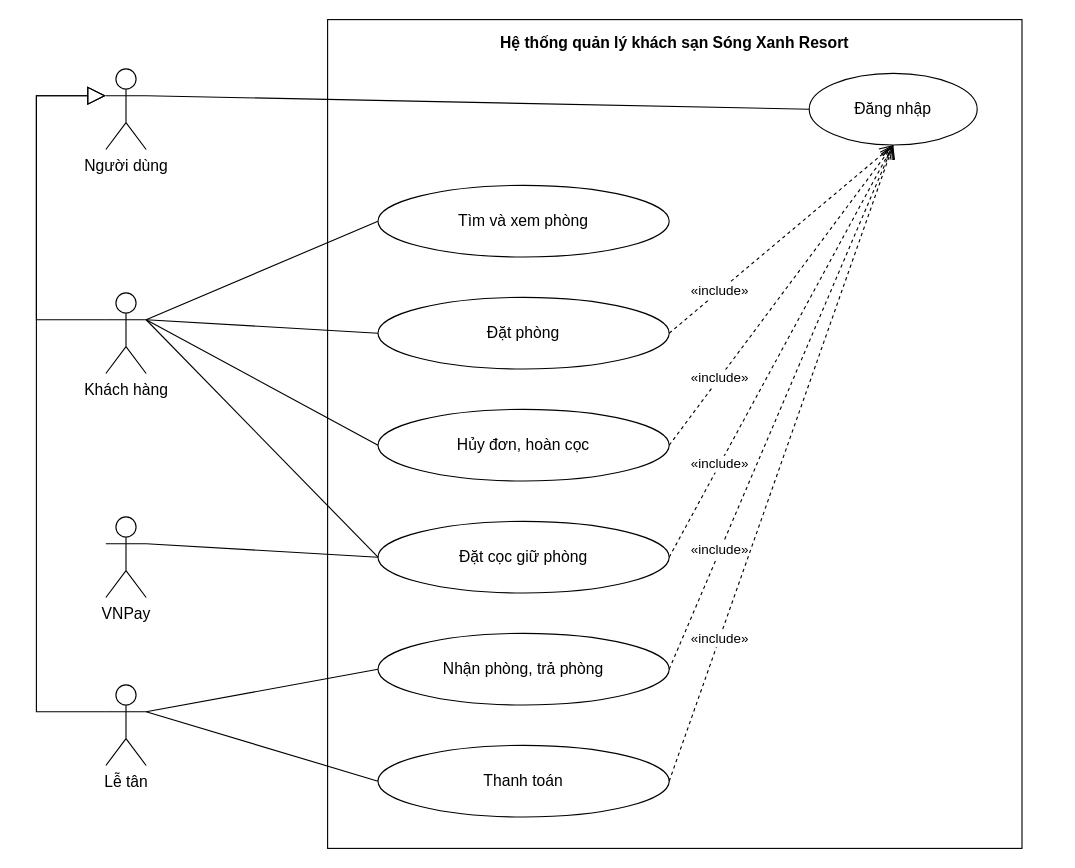
Earlier version of the draw.io diagram docs/use-case/ucn1-dat-phong-luu-tru.drawio (ngynquchn2511/beach-hotel). Source tidied: cells renumbered, new cells numbered last; positions are measured from the earlier drawing's top-left corner, leaving out a move shared by most shapes. Both pictures are drawn from the tidied source at 112%, with x=0, y=0 at pixel (36, 19).
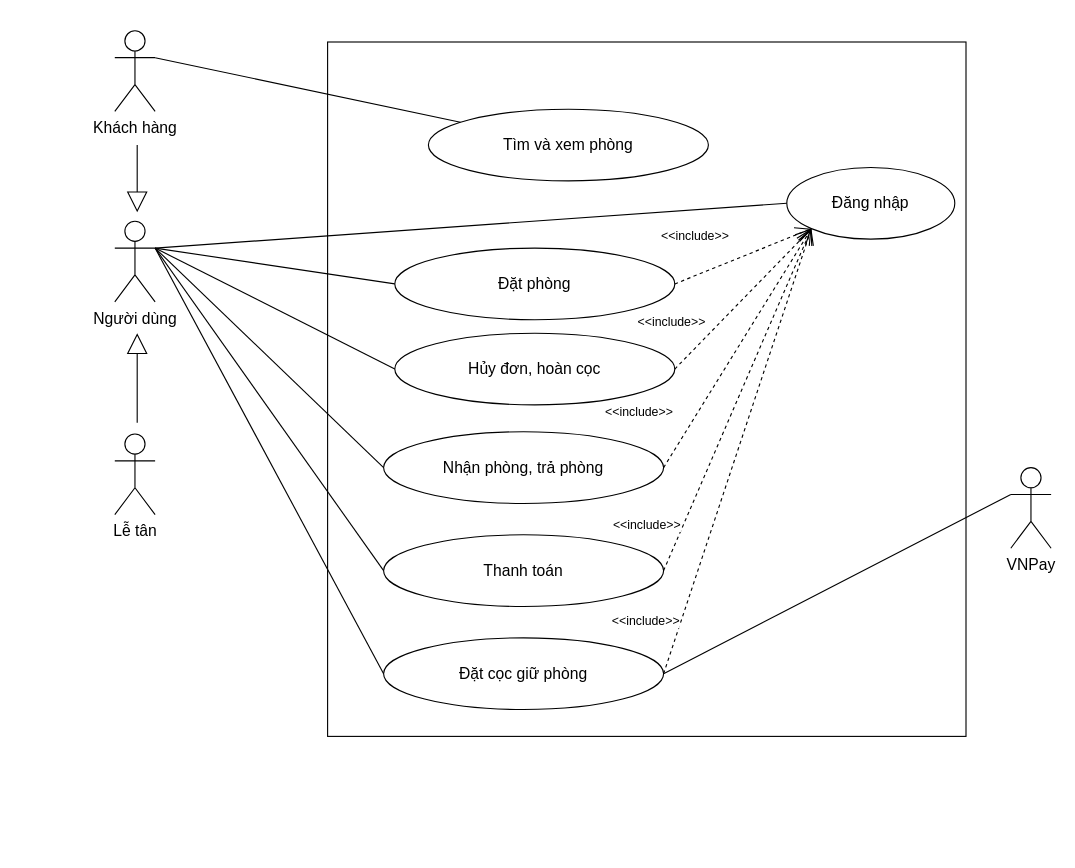
The same diagram, later.

Diff of the diagram source:
```diff
@@
-    <mxCell id="2" value="Hệ thống quản lý khách sạn Sóng Xanh Resort" style="fontFamily=Arial;fontColor=#000000;rounded=0;whiteSpace=wrap;html=1;verticalAlign=top;fontStyle=1;fontSize=14;fillColor=none;strokeColor=#000000;spacingTop=6;" parent="1" vertex="1">
-      <mxGeometry x="260" width="620" height="740" as="geometry" />
+    <mxCell id="2" style="fontFamily=Arial;fontColor=#000000;rounded=0;whiteSpace=wrap;html=1;verticalAlign=top;fontStyle=1;fontSize=14;fillColor=none;strokeColor=#000000;spacingTop=6;" parent="1" vertex="1">
+      <mxGeometry x="260" y="20" width="570" height="620" as="geometry" />
     </mxCell>
     <mxCell id="3" value="Tìm và xem phòng" style="fontFamily=Arial;fontColor=#000000;ellipse;whiteSpace=wrap;html=1;fillColor=#FFFFFF;strokeColor=#000000;fontSize=14;" parent="1" vertex="1">
-      <mxGeometry x="305" y="148" width="260" height="64" as="geometry" />
+      <mxGeometry x="350" y="80" width="250" height="64" as="geometry" />
     </mxCell>
     <mxCell id="4" value="Đặt phòng" style="fontFamily=Arial;fontColor=#000000;ellipse;whiteSpace=wrap;html=1;fillColor=#FFFFFF;strokeColor=#000000;fontSize=14;" parent="1" vertex="1">
-      <mxGeometry x="305" y="248" width="260" height="64" as="geometry" />
+      <mxGeometry x="320" y="204" width="250" height="64" as="geometry" />
     </mxCell>
     <mxCell id="5" value="Hủy đơn, hoàn cọc" style="fontFamily=Arial;fontColor=#000000;ellipse;whiteSpace=wrap;html=1;fillColor=#FFFFFF;strokeColor=#000000;fontSize=14;" parent="1" vertex="1">
-      <mxGeometry x="305" y="348" width="260" height="64" as="geometry" />
+      <mxGeometry x="320" y="280" width="250" height="64" as="geometry" />
     </mxCell>
-    <mxCell id="6" value="Đặt cọc giữ phòng" style="fontFamily=Arial;fontColor=#000000;ellipse;whiteSpace=wrap;html=1;fillColor=#FFFFFF;strokeColor=#000000;fontSize=14;" parent="1" vertex="1">
-      <mxGeometry x="305" y="448" width="260" height="64" as="geometry" />
+    <mxCell id="6" value="Nhận phòng, trả phòng" style="fontFamily=Arial;fontColor=#000000;ellipse;whiteSpace=wrap;html=1;fillColor=#FFFFFF;strokeColor=#000000;fontSize=14;" parent="1" vertex="1">
+      <mxGeometry x="310" y="368" width="250" height="64" as="geometry" />
     </mxCell>
-    <mxCell id="7" value="Nhận phòng, trả phòng" style="fontFamily=Arial;fontColor=#000000;ellipse;whiteSpace=wrap;html=1;fillColor=#FFFFFF;strokeColor=#000000;fontSize=14;" parent="1" vertex="1">
-      <mxGeometry x="305" y="548" width="260" height="64" as="geometry" />
+    <mxCell id="7" value="Đặt cọc giữ phòng" style="fontFamily=Arial;fontColor=#000000;ellipse;whiteSpace=wrap;html=1;fillColor=#FFFFFF;strokeColor=#000000;fontSize=14;" parent="1" vertex="1">
+      <mxGeometry x="310" y="552" width="250" height="64" as="geometry" />
     </mxCell>
-    <mxCell id="8" value="Thanh toán" style="fontFamily=Arial;fontColor=#000000;ellipse;whiteSpace=wrap;html=1;fillColor=#FFFFFF;strokeColor=#000000;fontSize=14;" parent="1" vertex="1">
-      <mxGeometry x="305" y="648" width="260" height="64" as="geometry" />
+    <mxCell id="8" value="Đăng nhập" style="fontFamily=Arial;fontColor=#000000;ellipse;whiteSpace=wrap;html=1;fillColor=#FFFFFF;strokeColor=#000000;fontSize=14;" parent="1" vertex="1">
+      <mxGeometry x="670" y="132" width="150" height="64" as="geometry" />
     </mxCell>
-    <mxCell id="9" value="Đăng nhập" style="fontFamily=Arial;fontColor=#000000;ellipse;whiteSpace=wrap;html=1;fillColor=#FFFFFF;strokeColor=#000000;fontSize=14;" parent="1" vertex="1">
-      <mxGeometry x="690" y="48" width="150" height="64" as="geometry" />
-    </mxCell>
+    <mxCell id="14" value="Khách hàng" style="fontFamily=Arial;fontColor=#000000;shape=umlActor;verticalLabelPosition=bottom;verticalAlign=top;html=1;outlineConnect=0;fillColor=#FFFFFF;strokeColor=#000000;fontSize=14;" parent="1" vertex="1">
+      <mxGeometry x="70" y="10" width="36" height="72" as="geometry" />
+    </mxCell>
     <mxCell id="10" value="Người dùng" style="fontFamily=Arial;fontColor=#000000;shape=umlActor;verticalLabelPosition=bottom;verticalAlign=top;html=1;outlineConnect=0;fillColor=#FFFFFF;strokeColor=#000000;fontSize=14;" parent="1" vertex="1">
-      <mxGeometry x="62" y="44" width="36" height="72" as="geometry" />
+      <mxGeometry x="70" y="180" width="36" height="72" as="geometry" />
     </mxCell>
-    <mxCell id="11" style="fontFamily=Arial;fontColor=#000000;endArrow=none;html=1;strokeColor=#000000;rounded=0;exitX=1;exitY=0.333;exitDx=0;exitDy=0;exitPerimeter=0;entryX=0;entryY=0.5;entryDx=0;entryDy=0;entryPerimeter=0;" parent="1" edge="1" source="10" target="9">
-      <mxGeometry relative="1" as="geometry" />
-    </mxCell>
-    <mxCell id="12" value="Khách hàng" style="fontFamily=Arial;fontColor=#000000;shape=umlActor;verticalLabelPosition=bottom;verticalAlign=top;html=1;outlineConnect=0;fillColor=#FFFFFF;strokeColor=#000000;fontSize=14;" parent="1" vertex="1">
-      <mxGeometry x="62" y="244" width="36" height="72" as="geometry" />
-    </mxCell>
+    <mxCell id="29" value="Lễ tân" style="fontFamily=Arial;fontColor=#000000;shape=umlActor;verticalLabelPosition=bottom;verticalAlign=top;html=1;fillColor=#FFFFFF;strokeColor=#000000;fontSize=14;" parent="1" vertex="1">
+      <mxGeometry x="70" y="370" width="36" height="72" as="geometry" />
+    </mxCell>
     <mxCell id="13" value="VNPay" style="fontFamily=Arial;fontColor=#000000;shape=umlActor;verticalLabelPosition=bottom;verticalAlign=top;html=1;outlineConnect=0;fillColor=#FFFFFF;strokeColor=#000000;fontSize=14;" parent="1" vertex="1">
-      <mxGeometry x="62" y="444" width="36" height="72" as="geometry" />
+      <mxGeometry x="870" y="400" width="36" height="72" as="geometry" />
     </mxCell>
-    <mxCell id="14" value="Lễ tân" style="fontFamily=Arial;fontColor=#000000;shape=umlActor;verticalLabelPosition=bottom;verticalAlign=top;html=1;outlineConnect=0;fillColor=#FFFFFF;strokeColor=#000000;fontSize=14;" parent="1" vertex="1">
-      <mxGeometry x="62" y="594" width="36" height="72" as="geometry" />
-    </mxCell>
-    <mxCell id="15" style="fontFamily=Arial;fontColor=#000000;endArrow=none;html=1;strokeColor=#000000;rounded=0;exitX=1;exitY=0.333;exitDx=0;exitDy=0;exitPerimeter=0;entryX=0;entryY=0.5;entryDx=0;entryDy=0;entryPerimeter=0;" parent="1" edge="1" source="12" target="3">
-      <mxGeometry relative="1" as="geometry" />
-    </mxCell>
-    <mxCell id="16" style="fontFamily=Arial;fontColor=#000000;endArrow=none;html=1;strokeColor=#000000;rounded=0;exitX=1;exitY=0.333;exitDx=0;exitDy=0;exitPerimeter=0;entryX=0;entryY=0.5;entryDx=0;entryDy=0;entryPerimeter=0;" parent="1" edge="1" source="12" target="4">
-      <mxGeometry relative="1" as="geometry" />
-    </mxCell>
-    <mxCell id="17" style="fontFamily=Arial;fontColor=#000000;endArrow=none;html=1;strokeColor=#000000;rounded=0;exitX=1;exitY=0.333;exitDx=0;exitDy=0;exitPerimeter=0;entryX=0;entryY=0.5;entryDx=0;entryDy=0;entryPerimeter=0;" parent="1" edge="1" source="12" target="5">
-      <mxGeometry relative="1" as="geometry" />
-    </mxCell>
-    <mxCell id="18" style="fontFamily=Arial;fontColor=#000000;endArrow=none;html=1;strokeColor=#000000;rounded=0;exitX=1;exitY=0.333;exitDx=0;exitDy=0;exitPerimeter=0;entryX=0;entryY=0.5;entryDx=0;entryDy=0;entryPerimeter=0;" parent="1" edge="1" source="12" target="6">
+    <mxCell id="18" style="fontFamily=Arial;fontColor=#000000;endArrow=none;html=1;strokeColor=#000000;rounded=0;exitX=1;exitY=0.3333333333333333;exitDx=0;exitDy=0;exitPerimeter=0;" parent="1" edge="1" source="14" target="3">
       <mxGeometry relative="1" as="geometry" />
     </mxCell>
-    <mxCell id="19" style="fontFamily=Arial;fontColor=#000000;endArrow=none;html=1;strokeColor=#000000;rounded=0;exitX=1;exitY=0.333;exitDx=0;exitDy=0;exitPerimeter=0;entryX=0;entryY=0.5;entryDx=0;entryDy=0;entryPerimeter=0;" parent="1" edge="1" source="13" target="6">
+    <mxCell id="19" style="fontFamily=Arial;fontColor=#000000;endArrow=none;html=1;strokeColor=#000000;rounded=0;entryX=0;entryY=0.5;entryDx=0;entryDy=0;exitX=1;exitY=0.3333333333333333;exitDx=0;exitDy=0;exitPerimeter=0;" parent="1" edge="1" source="10" target="4">
       <mxGeometry relative="1" as="geometry" />
     </mxCell>
-    <mxCell id="20" style="fontFamily=Arial;fontColor=#000000;endArrow=none;html=1;strokeColor=#000000;rounded=0;exitX=1;exitY=0.333;exitDx=0;exitDy=0;exitPerimeter=0;entryX=0;entryY=0.5;entryDx=0;entryDy=0;entryPerimeter=0;" parent="1" edge="1" source="14" target="7">
+    <mxCell id="20" style="fontFamily=Arial;fontColor=#000000;endArrow=none;html=1;strokeColor=#000000;rounded=0;entryX=0;entryY=0.5;entryDx=0;entryDy=0;exitX=1;exitY=0.3333333333333333;exitDx=0;exitDy=0;exitPerimeter=0;" parent="1" edge="1" source="10" target="7">
       <mxGeometry relative="1" as="geometry" />
     </mxCell>
-    <mxCell id="21" style="fontFamily=Arial;fontColor=#000000;endArrow=none;html=1;strokeColor=#000000;rounded=0;exitX=1;exitY=0.333;exitDx=0;exitDy=0;exitPerimeter=0;entryX=0;entryY=0.5;entryDx=0;entryDy=0;entryPerimeter=0;" parent="1" edge="1" source="14" target="8">
+    <mxCell id="21" style="fontFamily=Arial;fontColor=#000000;endArrow=none;html=1;strokeColor=#000000;rounded=0;exitX=1;exitY=0.3333333333333333;exitDx=0;exitDy=0;exitPerimeter=0;entryX=0;entryY=0.5;entryDx=0;entryDy=0;" parent="1" edge="1" source="10" target="5">
       <mxGeometry relative="1" as="geometry" />
     </mxCell>
-    <mxCell id="22" style="fontFamily=Arial;fontColor=#000000;endArrow=block;endSize=14;endFill=0;html=1;strokeColor=#000000;rounded=0;exitX=0;exitY=0.333;exitDx=0;exitDy=0;exitPerimeter=0;entryX=0;entryY=0.333;entryDx=0;entryDy=0;entryPerimeter=0;" parent="1" edge="1" source="12" target="10">
-      <mxGeometry relative="1" as="geometry">
-        <Array as="points">
-          <mxPoint y="268" />
-          <mxPoint y="68" />
-        </Array>
-      </mxGeometry>
+    <mxCell id="22" style="fontFamily=Arial;fontColor=#000000;endArrow=none;html=1;strokeColor=#000000;rounded=0;exitX=0;exitY=0.3333333333333333;exitDx=0;exitDy=0;exitPerimeter=0;entryX=1;entryY=0.5;entryDx=0;entryDy=0;" parent="1" edge="1" source="13" target="7">
+      <mxGeometry relative="1" as="geometry" />
     </mxCell>
-    <mxCell id="23" style="fontFamily=Arial;fontColor=#000000;endArrow=block;endSize=14;endFill=0;html=1;strokeColor=#000000;rounded=0;exitX=0;exitY=0.333;exitDx=0;exitDy=0;exitPerimeter=0;entryX=0;entryY=0.333;entryDx=0;entryDy=0;entryPerimeter=0;" parent="1" edge="1" source="14" target="10">
-      <mxGeometry relative="1" as="geometry">
-        <Array as="points">
-          <mxPoint y="618" />
-          <mxPoint y="68" />
-        </Array>
-      </mxGeometry>
-    </mxCell>
-    <mxCell id="24" value="«include»" style="fontFamily=Arial;fontColor=#000000;endArrow=open;endSize=10;dashed=1;html=1;strokeColor=#000000;rounded=0;fontSize=12;labelBackgroundColor=#FFFFFF;exitX=1;exitY=0.5;exitDx=0;exitDy=0;exitPerimeter=0;entryX=0.5;entryY=1;entryDx=0;entryDy=0;entryPerimeter=0;" parent="1" edge="1" source="4" target="9">
-      <mxGeometry x="-0.55" relative="1" as="geometry" />
-    </mxCell>
-    <mxCell id="25" value="«include»" style="fontFamily=Arial;fontColor=#000000;endArrow=open;endSize=10;dashed=1;html=1;strokeColor=#000000;rounded=0;fontSize=12;labelBackgroundColor=#FFFFFF;exitX=1;exitY=0.5;exitDx=0;exitDy=0;exitPerimeter=0;entryX=0.5;entryY=1;entryDx=0;entryDy=0;entryPerimeter=0;" parent="1" edge="1" source="5" target="9">
-      <mxGeometry x="-0.55" relative="1" as="geometry" />
-    </mxCell>
-    <mxCell id="26" value="«include»" style="fontFamily=Arial;fontColor=#000000;endArrow=open;endSize=10;dashed=1;html=1;strokeColor=#000000;rounded=0;fontSize=12;labelBackgroundColor=#FFFFFF;exitX=1;exitY=0.5;exitDx=0;exitDy=0;exitPerimeter=0;entryX=0.5;entryY=1;entryDx=0;entryDy=0;entryPerimeter=0;" parent="1" edge="1" source="6" target="9">
-      <mxGeometry x="-0.55" relative="1" as="geometry" />
-    </mxCell>
-    <mxCell id="27" value="«include»" style="fontFamily=Arial;fontColor=#000000;endArrow=open;endSize=10;dashed=1;html=1;strokeColor=#000000;rounded=0;fontSize=12;labelBackgroundColor=#FFFFFF;exitX=1;exitY=0.5;exitDx=0;exitDy=0;exitPerimeter=0;entryX=0.5;entryY=1;entryDx=0;entryDy=0;entryPerimeter=0;" parent="1" edge="1" source="7" target="9">
-      <mxGeometry x="-0.55" relative="1" as="geometry" />
-    </mxCell>
-    <mxCell id="28" value="«include»" style="fontFamily=Arial;fontColor=#000000;endArrow=open;endSize=10;dashed=1;html=1;strokeColor=#000000;rounded=0;fontSize=12;labelBackgroundColor=#FFFFFF;exitX=1;exitY=0.5;exitDx=0;exitDy=0;exitPerimeter=0;entryX=0.5;entryY=1;entryDx=0;entryDy=0;entryPerimeter=0;" parent="1" edge="1" source="8" target="9">
-      <mxGeometry x="-0.55" relative="1" as="geometry" />
-    </mxCell>
+    <mxCell id="30" style="endArrow=block;endSize=16;endFill=0;html=1;rounded=0;" parent="1" edge="1">
+      <mxGeometry relative="1" as="geometry">
+        <mxPoint x="90" y="360" as="sourcePoint" />
+        <mxPoint x="90" y="280" as="targetPoint" />
+      </mxGeometry>
+    </mxCell>
+    <mxCell id="31" style="endArrow=block;endSize=16;endFill=0;html=1;rounded=0;" parent="1" edge="1">
+      <mxGeometry relative="1" as="geometry">
+        <mxPoint x="90" y="112" as="sourcePoint" />
+        <mxPoint x="90" y="172" as="targetPoint" />
+      </mxGeometry>
+    </mxCell>
+    <mxCell id="32" style="fontFamily=Arial;fontColor=#000000;endArrow=none;html=1;strokeColor=#000000;rounded=0;exitX=1;exitY=0.3333333333333333;exitDx=0;exitDy=0;exitPerimeter=0;entryX=0;entryY=0.5;entryDx=0;entryDy=0;" parent="1" edge="1" source="10" target="6">
+      <mxGeometry relative="1" as="geometry" />
+    </mxCell>
+    <mxCell id="33" value="Thanh toán" style="fontFamily=Arial;fontColor=#000000;ellipse;whiteSpace=wrap;html=1;fillColor=#FFFFFF;strokeColor=#000000;fontSize=14;" parent="1" vertex="1">
+      <mxGeometry x="310" y="460" width="250" height="64" as="geometry" />
+    </mxCell>
+    <mxCell id="34" style="fontFamily=Arial;fontColor=#000000;endArrow=none;html=1;strokeColor=#000000;rounded=0;entryX=0;entryY=0.5;entryDx=0;entryDy=0;exitX=1;exitY=0.3333333333333333;exitDx=0;exitDy=0;exitPerimeter=0;" parent="1" edge="1" source="10" target="33">
+      <mxGeometry relative="1" as="geometry" />
+    </mxCell>
+    <mxCell id="35" value="&amp;lt;&amp;lt;include&amp;gt;&amp;gt;" style="endArrow=open;endSize=12;dashed=1;html=1;rounded=0;entryX=0;entryY=1;entryDx=0;entryDy=0;exitX=1;exitY=0.5;exitDx=0;exitDy=0;" parent="1" edge="1" source="4" target="8">
+      <mxGeometry x="-0.5" y="33" relative="1" as="geometry" />
+    </mxCell>
+    <mxCell id="36" value="&amp;lt;&amp;lt;include&amp;gt;&amp;gt;" style="endArrow=open;endSize=12;dashed=1;html=1;rounded=0;entryX=0;entryY=1;entryDx=0;entryDy=0;exitX=1;exitY=0.5;exitDx=0;exitDy=0;" parent="1" edge="1" source="5" target="8">
+      <mxGeometry x="-0.68" y="31" relative="1" as="geometry" />
+    </mxCell>
+    <mxCell id="37" value="&amp;lt;&amp;lt;include&amp;gt;&amp;gt;" style="endArrow=open;endSize=12;dashed=1;html=1;rounded=0;entryX=0;entryY=1;entryDx=0;entryDy=0;exitX=1;exitY=0.5;exitDx=0;exitDy=0;" parent="1" edge="1" source="6" target="8">
+      <mxGeometry x="-0.75" y="45" relative="1" as="geometry" />
+    </mxCell>
+    <mxCell id="38" value="&amp;lt;&amp;lt;include&amp;gt;&amp;gt;" style="endArrow=open;endSize=12;dashed=1;html=1;rounded=0;entryX=0;entryY=1;entryDx=0;entryDy=0;exitX=1;exitY=0.5;exitDx=0;exitDy=0;" parent="1" edge="1" source="33" target="8">
+      <mxGeometry x="-0.81" y="30" relative="1" as="geometry" />
+    </mxCell>
+    <mxCell id="39" value="&amp;lt;&amp;lt;include&amp;gt;&amp;gt;" style="endArrow=open;endSize=12;dashed=1;html=1;rounded=0;entryX=0;entryY=1;entryDx=0;entryDy=0;exitX=1;exitY=0.5;exitDx=0;exitDy=0;" parent="1" edge="1" source="7" target="8">
+      <mxGeometry x="-0.81" y="30" relative="1" as="geometry" />
+    </mxCell>
+    <mxCell id="40" style="fontFamily=Arial;fontColor=#000000;endArrow=none;html=1;strokeColor=#000000;rounded=0;entryX=0;entryY=0.5;entryDx=0;entryDy=0;exitX=1;exitY=0.3333333333333333;exitDx=0;exitDy=0;exitPerimeter=0;" parent="1" edge="1" source="10" target="8">
+      <mxGeometry relative="1" as="geometry" />
+    </mxCell>
```
